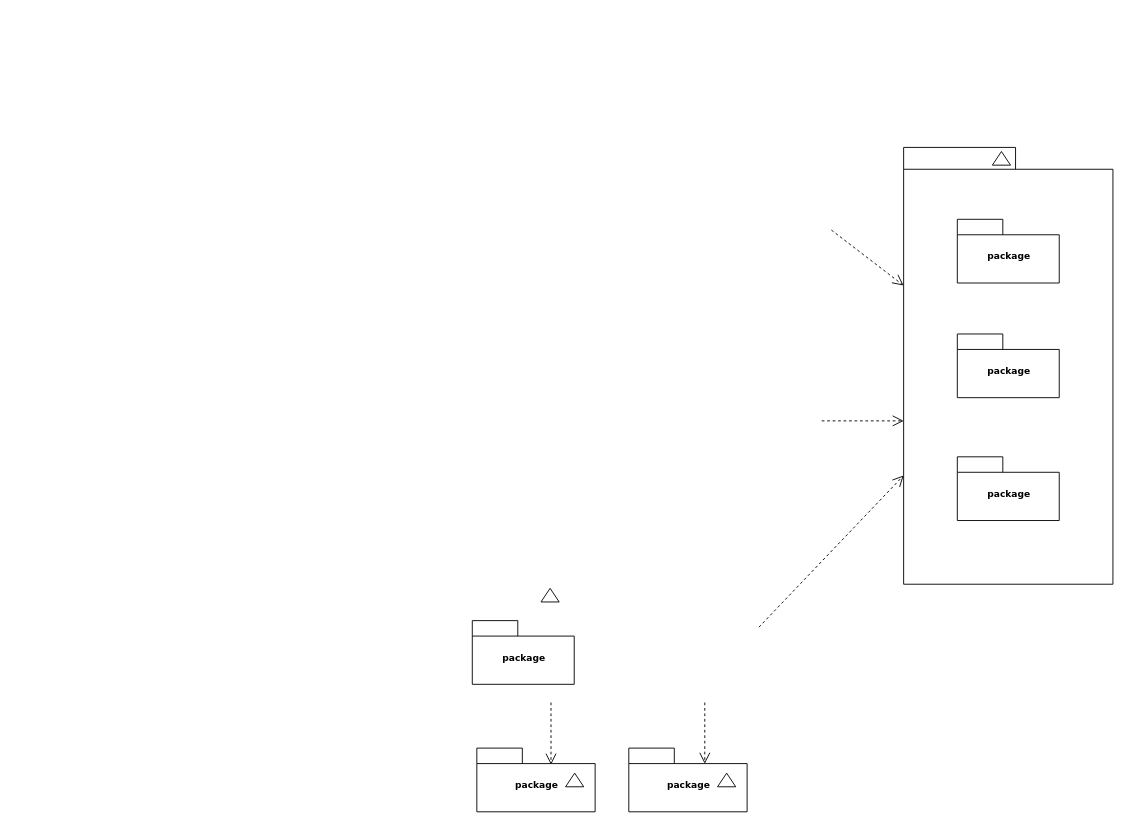
Above: static/Untitled Diagram.drawio in afomike/Accidental-Fall (draw.io), before the change. Source tidied: cells renumbered, new cells numbered last; positions are measured from the earlier drawing's top-left corner, leaving out a move shared by most shapes. Both pictures are drawn from the tidied source at 91%, with x=0, y=0 at pixel (472, 147).
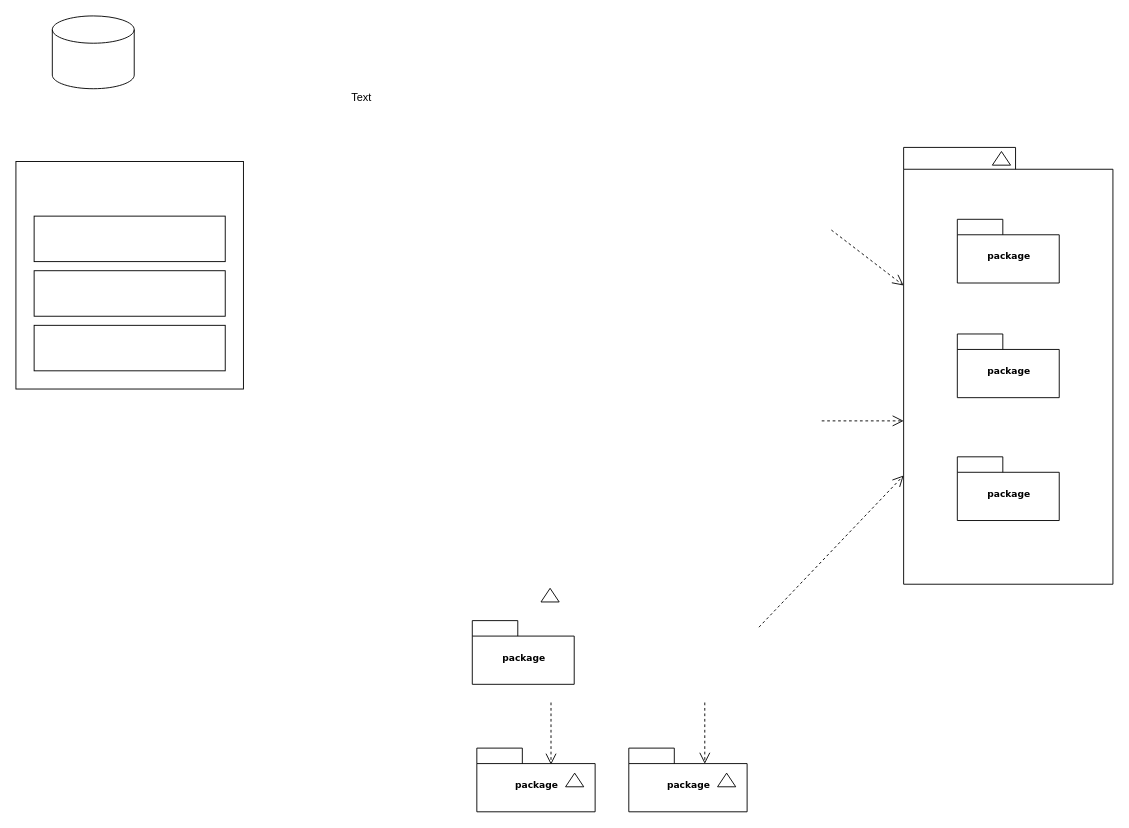
Above is the later version.

Commit message:
Architectural design

Diff of the diagram source:
```diff
@@
+    <mxCell id="22" style="shape=cylinder3;whiteSpace=wrap;html=1;boundedLbl=1;backgroundOutline=1;size=15;" parent="1" vertex="1">
+      <mxGeometry x="-462" y="-144" width="90" height="80" as="geometry" />
+    </mxCell>
+    <mxCell id="23" style="whiteSpace=wrap;html=1;" parent="1" vertex="1">
+      <mxGeometry x="-502" y="16" width="250" height="250" as="geometry" />
+    </mxCell>
+    <mxCell id="24" style="rounded=0;whiteSpace=wrap;html=1;" parent="1" vertex="1">
+      <mxGeometry x="-482" y="76" width="210" height="50" as="geometry" />
+    </mxCell>
+    <mxCell id="25" value="Text" style="text;html=1;align=center;verticalAlign=middle;whiteSpace=wrap;rounded=0;" parent="1" vertex="1">
+      <mxGeometry x="-177" y="-69" width="110" height="30" as="geometry" />
+    </mxCell>
+    <mxCell id="26" style="rounded=0;whiteSpace=wrap;html=1;" parent="1" vertex="1">
+      <mxGeometry x="-482" y="196" width="210" height="50" as="geometry" />
+    </mxCell>
+    <mxCell id="27" style="rounded=0;whiteSpace=wrap;html=1;" parent="1" vertex="1">
+      <mxGeometry x="-482" y="136" width="210" height="50" as="geometry" />
+    </mxCell>
```
